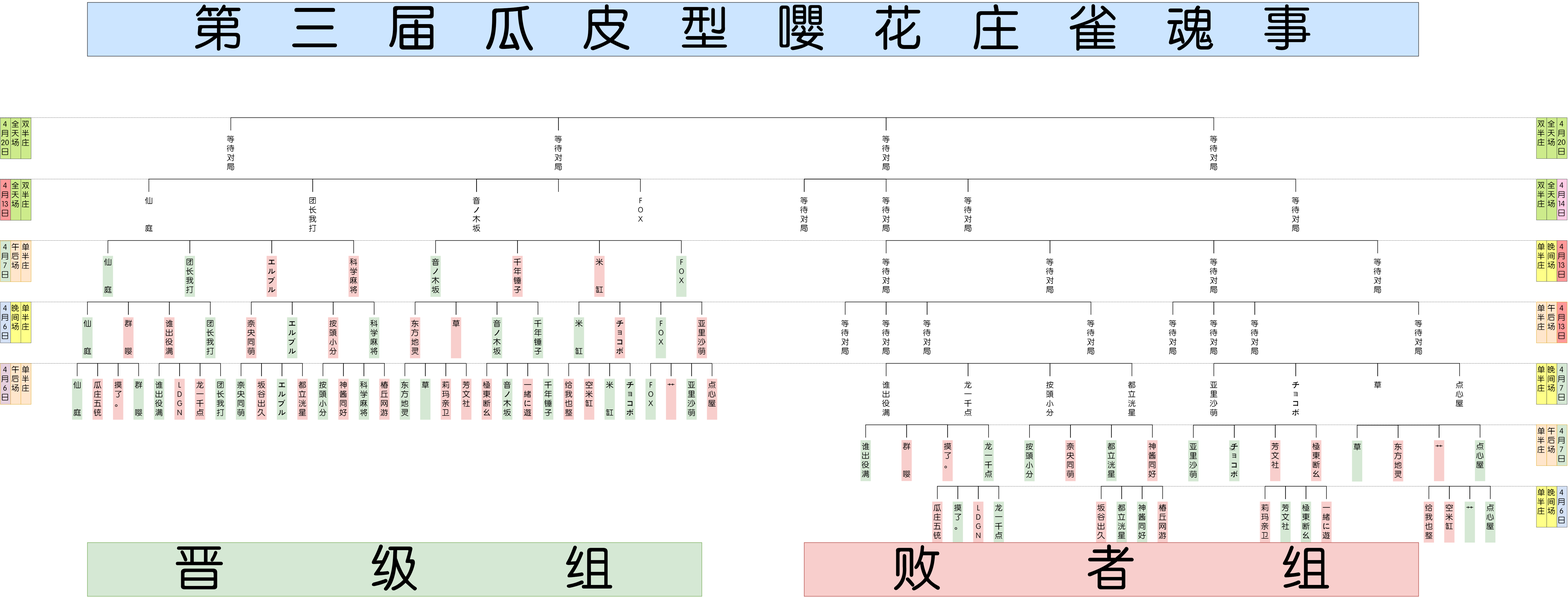
Above: Tree Diagram.png in psc2350/pcr.mahjong.pub (draw.io), before the change. Source tidied: cells renumbered, new cells last; positions are measured from the earlier drawing's top-left corner, leaving out a move shared by most shapes.
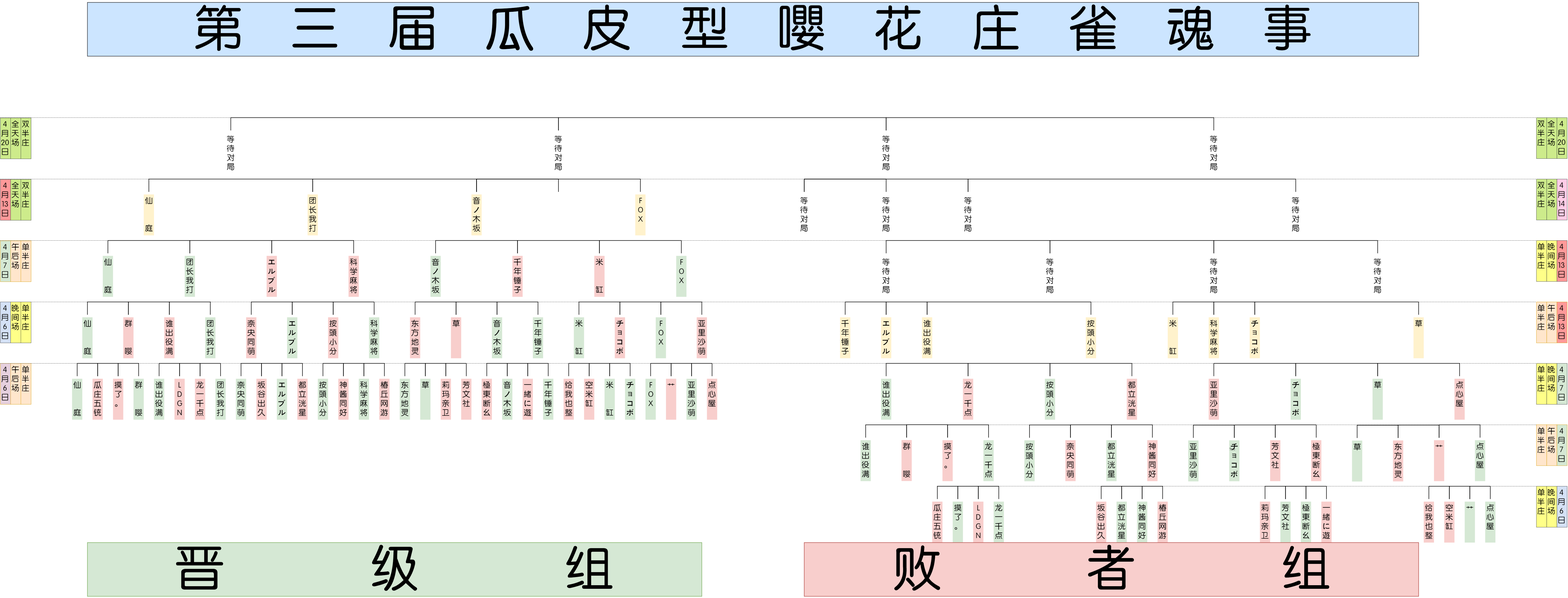
After the change.

The edit, as a diff of the source:
```diff
@@ -293,16 +293,16 @@
     <mxCell id="98" style="strokeWidth=2;html=1;shape=mxgraph.flowchart.annotation_1;align=left;direction=south;fontFamily=FZZhunYuan-M02;fontSize=30;" parent="3" vertex="1">
       <mxGeometry x="2060" y="480" width="320" height="50" as="geometry" />
     </mxCell>
-    <mxCell id="99" value="仙&lt;br&gt;&lt;br&gt;&lt;br&gt;庭&lt;br&gt;" style="text;html=1;strokeColor=none;fillColor=none;align=center;verticalAlign=top;whiteSpace=wrap;rounded=0;fontFamily=FZZhunYuan-M02;horizontal=1;fontSize=30;" parent="3" vertex="1">
+    <mxCell id="99" value="仙&lt;br&gt;&lt;br&gt;&lt;br&gt;庭&lt;br&gt;" style="text;html=1;strokeColor=none;fillColor=#FFF2CC;align=center;verticalAlign=top;whiteSpace=wrap;rounded=0;fontFamily=FZZhunYuan-M02;horizontal=1;fontSize=30;" parent="3" vertex="1">
       <mxGeometry x="280" y="300" width="40" height="160" as="geometry" />
     </mxCell>
-    <mxCell id="100" value="团长我打&lt;br style=&quot;font-size: 30px&quot;&gt;" style="text;html=1;strokeColor=none;fillColor=none;align=center;verticalAlign=top;whiteSpace=wrap;rounded=0;fontFamily=FZZhunYuan-M02;horizontal=1;fontSize=30;" parent="3" vertex="1">
+    <mxCell id="100" value="团长我打&lt;br style=&quot;font-size: 30px&quot;&gt;" style="text;html=1;strokeColor=none;fillColor=#FFF2CC;align=center;verticalAlign=top;whiteSpace=wrap;rounded=0;fontFamily=FZZhunYuan-M02;horizontal=1;fontSize=30;" parent="3" vertex="1">
       <mxGeometry x="920" y="300" width="40" height="160" as="geometry" />
     </mxCell>
-    <mxCell id="101" value="音ノ木坂&lt;br style=&quot;font-size: 30px&quot;&gt;" style="text;html=1;strokeColor=none;fillColor=none;align=center;verticalAlign=top;whiteSpace=wrap;rounded=0;fontFamily=FZZhunYuan-M02;horizontal=1;fontSize=30;" parent="3" vertex="1">
+    <mxCell id="101" value="音ノ木坂&lt;br style=&quot;font-size: 30px&quot;&gt;" style="text;html=1;strokeColor=none;fillColor=#FFF2CC;align=center;verticalAlign=top;whiteSpace=wrap;rounded=0;fontFamily=FZZhunYuan-M02;horizontal=1;fontSize=30;" parent="3" vertex="1">
       <mxGeometry x="1560" y="300" width="40" height="160" as="geometry" />
     </mxCell>
-    <mxCell id="102" value="F&lt;br&gt;O&lt;br&gt;X&lt;br&gt;" style="text;html=1;strokeColor=none;fillColor=none;align=center;verticalAlign=top;whiteSpace=wrap;rounded=0;fontFamily=FZZhunYuan-M02;horizontal=1;fontSize=30;" parent="3" vertex="1">
+    <mxCell id="102" value="F&lt;br&gt;O&lt;br&gt;X&lt;br&gt;" style="text;html=1;strokeColor=none;fillColor=#FFF2CC;align=center;verticalAlign=top;whiteSpace=wrap;rounded=0;fontFamily=FZZhunYuan-M02;horizontal=1;fontSize=30;" parent="3" vertex="1">
       <mxGeometry x="2200" y="300" width="40" height="160" as="geometry" />
     </mxCell>
     <mxCell id="103" style="strokeWidth=2;html=1;shape=mxgraph.flowchart.annotation_1;align=left;direction=south;fontFamily=FZZhunYuan-M02;fontSize=30;" parent="3" vertex="1">
@@ -440,16 +440,16 @@
     <mxCell id="147" style="strokeWidth=2;html=1;shape=mxgraph.flowchart.annotation_1;align=left;direction=south;fontFamily=FZZhunYuan-M02;fontSize=30;" parent="3" vertex="1">
       <mxGeometry x="5340" y="1200" width="160" height="50" as="geometry" />
     </mxCell>
-    <mxCell id="148" value="谁出役满&lt;br&gt;" style="text;html=1;strokeColor=none;fillColor=none;align=center;verticalAlign=top;whiteSpace=wrap;rounded=0;fontFamily=FZZhunYuan-M02;horizontal=1;fontSize=30;" parent="3" vertex="1">
+    <mxCell id="148" value="谁出役满&lt;br&gt;" style="text;html=1;strokeColor=none;fillColor=#D5E8D4;align=center;verticalAlign=top;whiteSpace=wrap;rounded=0;fontFamily=FZZhunYuan-M02;horizontal=1;fontSize=30;" parent="3" vertex="1">
       <mxGeometry x="3160" y="1020" width="40" height="160" as="geometry" />
     </mxCell>
-    <mxCell id="149" value="龙一千点&lt;br&gt;" style="text;html=1;strokeColor=none;fillColor=none;align=center;verticalAlign=top;whiteSpace=wrap;rounded=0;fontFamily=FZZhunYuan-M02;horizontal=1;fontSize=30;" parent="3" vertex="1">
+    <mxCell id="149" value="龙一千点&lt;br&gt;" style="text;html=1;strokeColor=none;fillColor=#F8CECC;align=center;verticalAlign=top;whiteSpace=wrap;rounded=0;fontFamily=FZZhunYuan-M02;horizontal=1;fontSize=30;" parent="3" vertex="1">
       <mxGeometry x="3480" y="1020" width="40" height="160" as="geometry" />
     </mxCell>
-    <mxCell id="150" value="按頭小分&lt;br&gt;" style="text;html=1;strokeColor=none;fillColor=none;align=center;verticalAlign=top;whiteSpace=wrap;rounded=0;fontFamily=FZZhunYuan-M02;horizontal=1;fontSize=30;" parent="3" vertex="1">
+    <mxCell id="150" value="按頭小分&lt;br&gt;" style="text;html=1;strokeColor=none;fillColor=#D5E8D4;align=center;verticalAlign=top;whiteSpace=wrap;rounded=0;fontFamily=FZZhunYuan-M02;horizontal=1;fontSize=30;" parent="3" vertex="1">
       <mxGeometry x="3800" y="1020" width="40" height="160" as="geometry" />
     </mxCell>
-    <mxCell id="151" value="都立洸星&lt;br&gt;" style="text;html=1;strokeColor=none;fillColor=none;align=center;verticalAlign=top;whiteSpace=wrap;rounded=0;fontFamily=FZZhunYuan-M02;horizontal=1;fontSize=30;" parent="3" vertex="1">
+    <mxCell id="151" value="都立洸星&lt;br&gt;" style="text;html=1;strokeColor=none;fillColor=#F8CECC;align=center;verticalAlign=top;whiteSpace=wrap;rounded=0;fontFamily=FZZhunYuan-M02;horizontal=1;fontSize=30;" parent="3" vertex="1">
       <mxGeometry x="4120" y="1020" width="40" height="160" as="geometry" />
     </mxCell>
     <mxCell id="152" style="strokeWidth=2;html=1;shape=mxgraph.flowchart.annotation_1;align=left;direction=south;fontFamily=FZZhunYuan-M02;fontSize=30;" parent="3" vertex="1">
@@ -461,16 +461,16 @@
     <mxCell id="154" style="strokeWidth=2;html=1;shape=mxgraph.flowchart.annotation_1;align=left;direction=south;fontFamily=FZZhunYuan-M02;fontSize=30;" parent="3" vertex="1">
       <mxGeometry x="3820" y="960" width="320" height="50" as="geometry" />
     </mxCell>
-    <mxCell id="155" value="亚里沙萌&lt;br&gt;" style="text;html=1;strokeColor=none;fillColor=none;align=center;verticalAlign=top;whiteSpace=wrap;rounded=0;fontFamily=FZZhunYuan-M02;horizontal=1;fontSize=30;" parent="3" vertex="1">
+    <mxCell id="155" value="亚里沙萌&lt;br&gt;" style="text;html=1;strokeColor=none;fillColor=#F8CECC;align=center;verticalAlign=top;whiteSpace=wrap;rounded=0;fontFamily=FZZhunYuan-M02;horizontal=1;fontSize=30;" parent="3" vertex="1">
       <mxGeometry x="4440" y="1020" width="40" height="160" as="geometry" />
     </mxCell>
-    <mxCell id="156" value="チョコボ&lt;br&gt;" style="text;html=1;strokeColor=none;fillColor=none;align=center;verticalAlign=top;whiteSpace=wrap;rounded=0;fontFamily=FZZhunYuan-M02;horizontal=1;fontSize=30;" parent="3" vertex="1">
+    <mxCell id="156" value="チョコボ&lt;br&gt;" style="text;html=1;strokeColor=none;fillColor=#D5E8D4;align=center;verticalAlign=top;whiteSpace=wrap;rounded=0;fontFamily=FZZhunYuan-M02;horizontal=1;fontSize=30;" parent="3" vertex="1">
       <mxGeometry x="4760" y="1020" width="40" height="160" as="geometry" />
     </mxCell>
-    <mxCell id="157" value="草&lt;br&gt;" style="text;html=1;strokeColor=none;fillColor=none;align=center;verticalAlign=top;whiteSpace=wrap;rounded=0;fontFamily=FZZhunYuan-M02;horizontal=1;fontSize=30;" parent="3" vertex="1">
+    <mxCell id="157" value="草&lt;br&gt;" style="text;html=1;strokeColor=none;fillColor=#D5E8D4;align=center;verticalAlign=top;whiteSpace=wrap;rounded=0;fontFamily=FZZhunYuan-M02;horizontal=1;fontSize=30;" parent="3" vertex="1">
       <mxGeometry x="5080" y="1020" width="40" height="160" as="geometry" />
     </mxCell>
-    <mxCell id="158" value="点心屋&lt;br&gt;" style="text;html=1;strokeColor=none;fillColor=none;align=center;verticalAlign=top;whiteSpace=wrap;rounded=0;fontFamily=FZZhunYuan-M02;horizontal=1;fontSize=30;" parent="3" vertex="1">
+    <mxCell id="158" value="点心屋&lt;br&gt;" style="text;html=1;strokeColor=none;fillColor=#F8CECC;align=center;verticalAlign=top;whiteSpace=wrap;rounded=0;fontFamily=FZZhunYuan-M02;horizontal=1;fontSize=30;" parent="3" vertex="1">
       <mxGeometry x="5400" y="1020" width="40" height="160" as="geometry" />
     </mxCell>
     <mxCell id="159" style="strokeWidth=2;html=1;shape=mxgraph.flowchart.annotation_1;align=left;direction=south;fontFamily=FZZhunYuan-M02;fontSize=30;" parent="3" vertex="1">
@@ -482,16 +482,16 @@
     <mxCell id="161" style="strokeWidth=2;html=1;shape=mxgraph.flowchart.annotation_1;align=left;direction=south;fontFamily=FZZhunYuan-M02;fontSize=30;" parent="3" vertex="1">
       <mxGeometry x="5100" y="960" width="320" height="50" as="geometry" />
     </mxCell>
-    <mxCell id="162" value="等待对局&lt;br&gt;" style="text;html=1;strokeColor=none;fillColor=none;align=center;verticalAlign=top;whiteSpace=wrap;rounded=0;fontFamily=FZZhunYuan-M02;horizontal=1;fontSize=30;" parent="3" vertex="1">
+    <mxCell id="162" value="谁出役满&lt;br&gt;" style="text;html=1;strokeColor=none;fillColor=#FFF2CC;align=center;verticalAlign=top;whiteSpace=wrap;rounded=0;fontFamily=FZZhunYuan-M02;horizontal=1;fontSize=30;" parent="3" vertex="1">
       <mxGeometry x="3320" y="780" width="40" height="160" as="geometry" />
     </mxCell>
-    <mxCell id="163" value="等待对局&lt;br&gt;" style="text;html=1;strokeColor=none;fillColor=none;align=center;verticalAlign=top;whiteSpace=wrap;rounded=0;fontFamily=FZZhunYuan-M02;horizontal=1;fontSize=30;" parent="3" vertex="1">
+    <mxCell id="163" value="按頭小分&lt;br&gt;" style="text;html=1;strokeColor=none;fillColor=#FFF2CC;align=center;verticalAlign=top;whiteSpace=wrap;rounded=0;fontFamily=FZZhunYuan-M02;horizontal=1;fontSize=30;" parent="3" vertex="1">
       <mxGeometry x="3960" y="780" width="40" height="160" as="geometry" />
     </mxCell>
-    <mxCell id="164" value="等待对局&lt;br&gt;" style="text;html=1;strokeColor=none;fillColor=none;align=center;verticalAlign=top;whiteSpace=wrap;rounded=0;fontFamily=FZZhunYuan-M02;horizontal=1;fontSize=30;" parent="3" vertex="1">
+    <mxCell id="164" value="チョコボ&lt;br&gt;" style="text;html=1;strokeColor=none;fillColor=#FFF2CC;align=center;verticalAlign=top;whiteSpace=wrap;rounded=0;fontFamily=FZZhunYuan-M02;horizontal=1;fontSize=30;" parent="3" vertex="1">
       <mxGeometry x="4600" y="780" width="40" height="160" as="geometry" />
     </mxCell>
-    <mxCell id="165" value="等待对局&lt;br&gt;" style="text;html=1;strokeColor=none;fillColor=none;align=center;verticalAlign=top;whiteSpace=wrap;rounded=0;fontFamily=FZZhunYuan-M02;horizontal=1;fontSize=30;" parent="3" vertex="1">
+    <mxCell id="165" value="草&lt;br&gt;" style="text;html=1;strokeColor=none;fillColor=#FFF2CC;align=center;verticalAlign=top;whiteSpace=wrap;rounded=0;fontFamily=FZZhunYuan-M02;horizontal=1;fontSize=30;" parent="3" vertex="1">
       <mxGeometry x="5240" y="780" width="40" height="160" as="geometry" />
     </mxCell>
     <mxCell id="166" style="strokeWidth=2;html=1;shape=mxgraph.flowchart.annotation_1;align=left;direction=south;fontFamily=FZZhunYuan-M02;fontSize=30;" parent="3" vertex="1">
@@ -500,10 +500,10 @@
     <mxCell id="167" style="strokeWidth=2;html=1;shape=mxgraph.flowchart.annotation_1;align=left;direction=south;fontFamily=FZZhunYuan-M02;fontSize=30;" parent="3" vertex="1">
       <mxGeometry x="4620" y="720" width="640" height="50" as="geometry" />
     </mxCell>
-    <mxCell id="168" value="等待对局&lt;br&gt;" style="text;html=1;strokeColor=none;fillColor=none;align=center;verticalAlign=top;whiteSpace=wrap;rounded=0;fontFamily=FZZhunYuan-M02;horizontal=1;fontSize=30;" parent="3" vertex="1">
+    <mxCell id="168" value="千年锤子&lt;br&gt;" style="text;html=1;strokeColor=none;fillColor=#FFF2CC;align=center;verticalAlign=top;whiteSpace=wrap;rounded=0;fontFamily=FZZhunYuan-M02;horizontal=1;fontSize=30;" parent="3" vertex="1">
       <mxGeometry x="3000" y="780" width="40" height="160" as="geometry" />
     </mxCell>
-    <mxCell id="169" value="等待对局&lt;br&gt;" style="text;html=1;strokeColor=none;fillColor=none;align=center;verticalAlign=top;whiteSpace=wrap;rounded=0;fontFamily=FZZhunYuan-M02;horizontal=1;fontSize=30;" parent="3" vertex="1">
+    <mxCell id="169" value="エルブル&lt;br&gt;" style="text;html=1;strokeColor=none;fillColor=#FFF2CC;align=center;verticalAlign=top;whiteSpace=wrap;rounded=0;fontFamily=FZZhunYuan-M02;horizontal=1;fontSize=30;" parent="3" vertex="1">
       <mxGeometry x="3160" y="780" width="40" height="160" as="geometry" />
     </mxCell>
     <mxCell id="170" style="strokeWidth=2;html=1;shape=mxgraph.flowchart.annotation_1;align=left;direction=south;fontFamily=FZZhunYuan-M02;fontSize=30;" parent="3" vertex="1">
@@ -512,10 +512,10 @@
     <mxCell id="171" style="strokeWidth=2;html=1;shape=mxgraph.flowchart.annotation_1;align=left;direction=south;fontFamily=FZZhunYuan-M02;fontSize=30;" parent="3" vertex="1">
       <mxGeometry x="3180" y="720" width="160" height="50" as="geometry" />
     </mxCell>
-    <mxCell id="172" value="等待对局&lt;br&gt;" style="text;html=1;strokeColor=none;fillColor=none;align=center;verticalAlign=top;whiteSpace=wrap;rounded=0;fontFamily=FZZhunYuan-M02;horizontal=1;fontSize=30;" parent="3" vertex="1">
+    <mxCell id="172" value="米&lt;br&gt;&lt;br&gt;&lt;br&gt;缸&lt;br&gt;" style="text;html=1;strokeColor=none;fillColor=#FFF2CC;align=center;verticalAlign=top;whiteSpace=wrap;rounded=0;fontFamily=FZZhunYuan-M02;horizontal=1;fontSize=30;" parent="3" vertex="1">
       <mxGeometry x="4280" y="780" width="40" height="160" as="geometry" />
     </mxCell>
-    <mxCell id="173" value="等待对局&lt;br&gt;" style="text;html=1;strokeColor=none;fillColor=none;align=center;verticalAlign=top;whiteSpace=wrap;rounded=0;fontFamily=FZZhunYuan-M02;horizontal=1;fontSize=30;" parent="3" vertex="1">
+    <mxCell id="173" value="科学麻将&lt;br&gt;" style="text;html=1;strokeColor=none;fillColor=#FFF2CC;align=center;verticalAlign=top;whiteSpace=wrap;rounded=0;fontFamily=FZZhunYuan-M02;horizontal=1;fontSize=30;" parent="3" vertex="1">
       <mxGeometry x="4440" y="780" width="40" height="160" as="geometry" />
     </mxCell>
     <mxCell id="174" style="strokeWidth=2;html=1;shape=mxgraph.flowchart.annotation_1;align=left;direction=south;fontFamily=FZZhunYuan-M02;fontSize=30;" parent="3" vertex="1">
```
